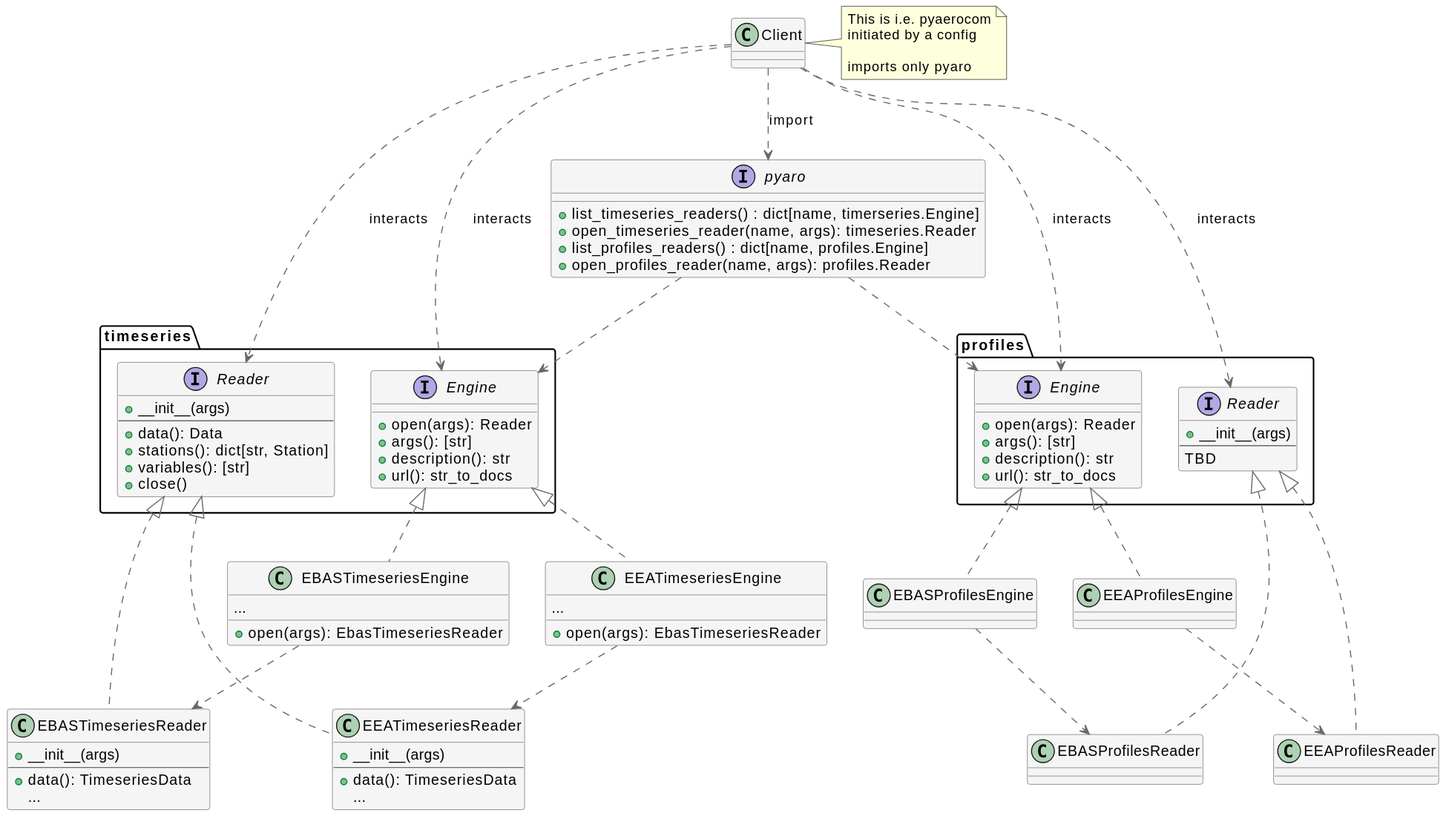
Above: docs/pics/ReaderFactory.svg in metno/pyaro (PlantUML), before the change.
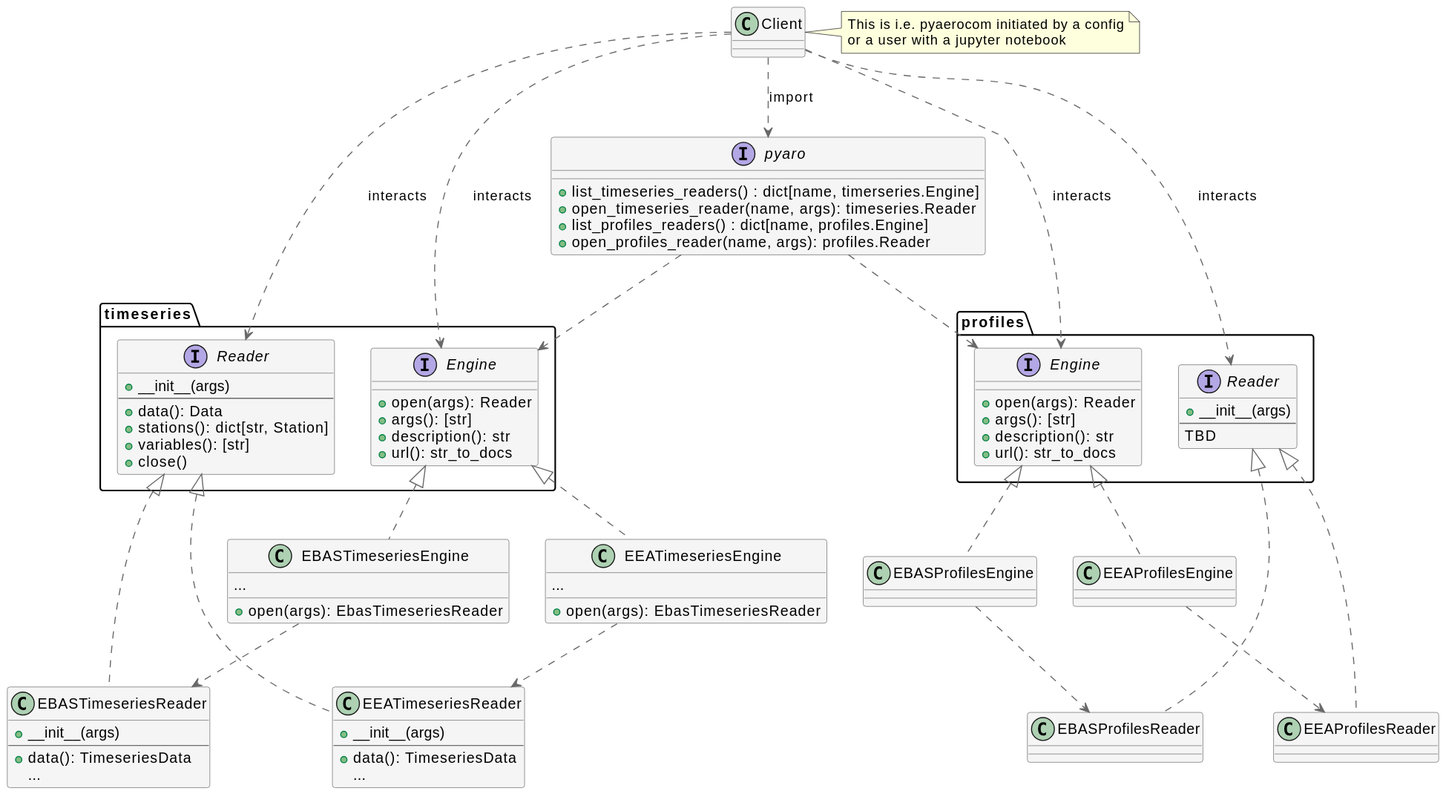
The same diagram one commit later.

Diff of the diagram source:
```diff
@@ -9,10 +9,8 @@
 
 class Client
 note right of Client
-This is i.e. pyaerocom
-initiated by a config
-
-imports only pyaro
+This is i.e. pyaerocom initiated by a config
+or a user with a jupyter notebook
 end note
 
 interface pyaro {
```
